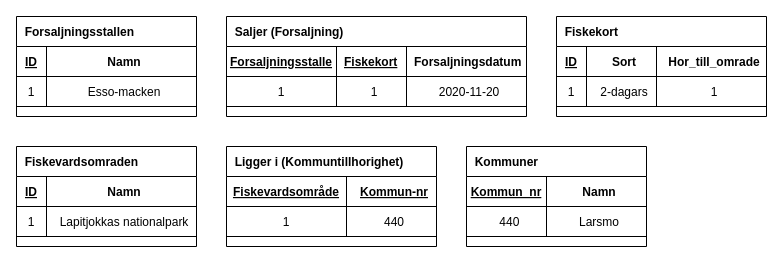
Earlier version of the draw.io diagram page "Tabellschema" (2 of 2) of Fiskevard.drawio (Ingelisun/ERmodels). Source tidied: cells renumbered, new cells numbered last; positions are measured from the earlier drawing's top-left corner, leaving out a move shared by most shapes. Both pictures are drawn from the tidied source at 100%, with x=0, y=0 at pixel (16, 16).
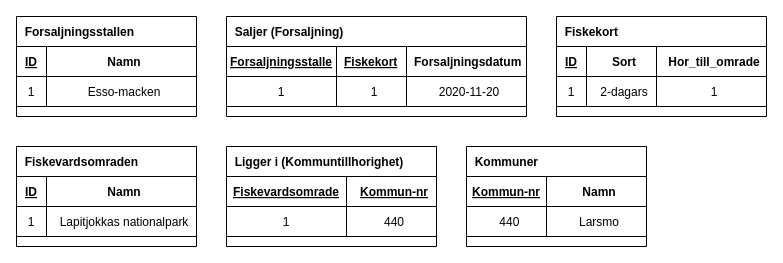
Above is the later version.

The change refers to these unchanged cells:
```xml
<mxCell id="35" style="shape=partialRectangle;fillColor=none;top=0;left=0;bottom=1;right=0;" parent="34" vertex="1">
  <mxGeometry y="30" width="210" height="30" as="geometry" />
</mxCell>
<mxCell id="42" style="shape=partialRectangle;fillColor=none;top=0;left=0;bottom=1;right=0;" parent="41" vertex="1">
  <mxGeometry y="30" width="180" height="30" as="geometry" />
</mxCell>
```

Diff of the diagram source:
```diff
@@
-    <mxCell id="36" value="Fiskevardsområde" style="shape=partialRectangle;fillColor=none;top=0;left=0;bottom=0;right=0;fontStyle=5;overflow=hidden;" parent="35" vertex="1">
+    <mxCell id="36" value="Fiskevardsomrade" style="shape=partialRectangle;fillColor=none;top=0;left=0;bottom=0;right=0;fontStyle=5;overflow=hidden;" parent="35" vertex="1">
       <mxGeometry width="120" height="30" as="geometry" />
     </mxCell>
@@
-    <mxCell id="43" value="Kommun_nr" style="shape=partialRectangle;fillColor=none;top=0;left=0;bottom=0;right=0;fontStyle=5;overflow=hidden;align=center;" parent="42" vertex="1">
+    <mxCell id="43" value="Kommun-nr" style="shape=partialRectangle;fillColor=none;top=0;left=0;bottom=0;right=0;fontStyle=5;overflow=hidden;align=center;" parent="42" vertex="1">
       <mxGeometry width="80" height="30" as="geometry" />
     </mxCell>
```
